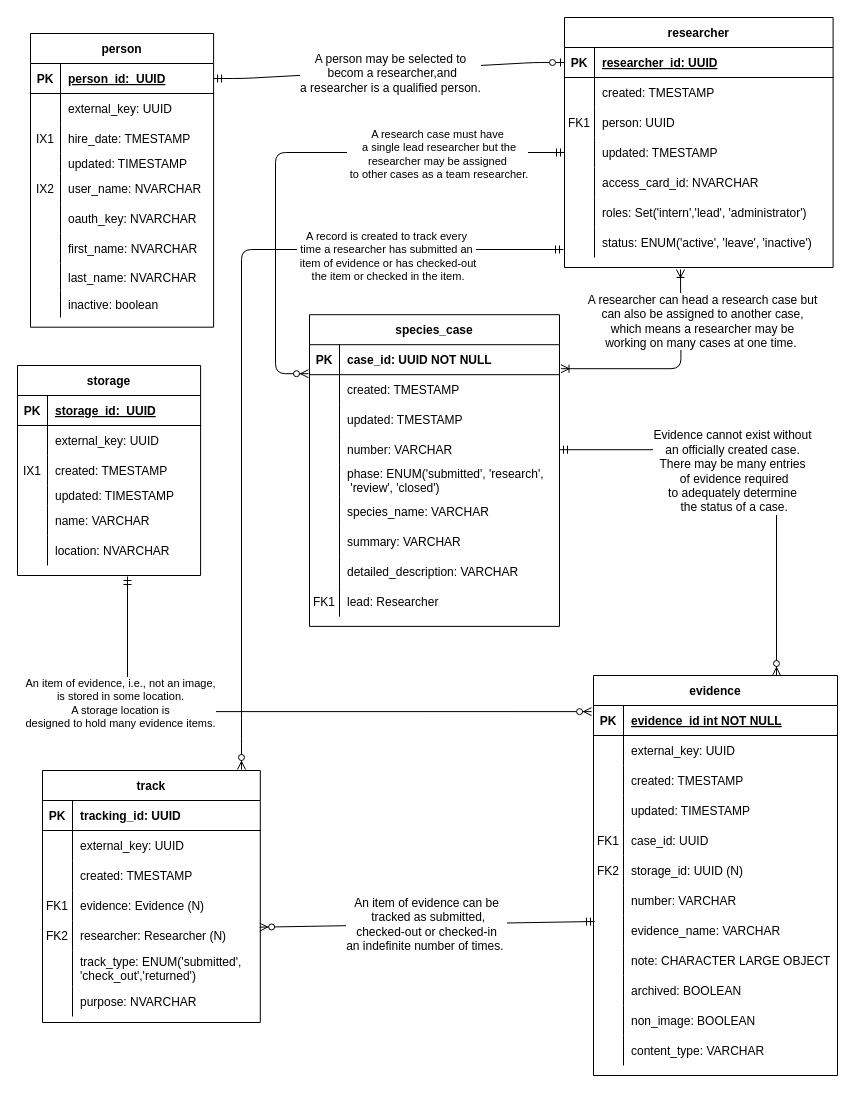
Above: docs/work/erd-service.drawio in endangered-species-management-system/endangered-species-management-system.github.io (draw.io), before the change. Source tidied: cells renumbered, new cells numbered last; positions are measured from the earlier drawing's top-left corner, leaving out a move shared by most shapes. Both pictures are drawn from the tidied source at 100%, with x=0, y=0 at pixel (17, 17).
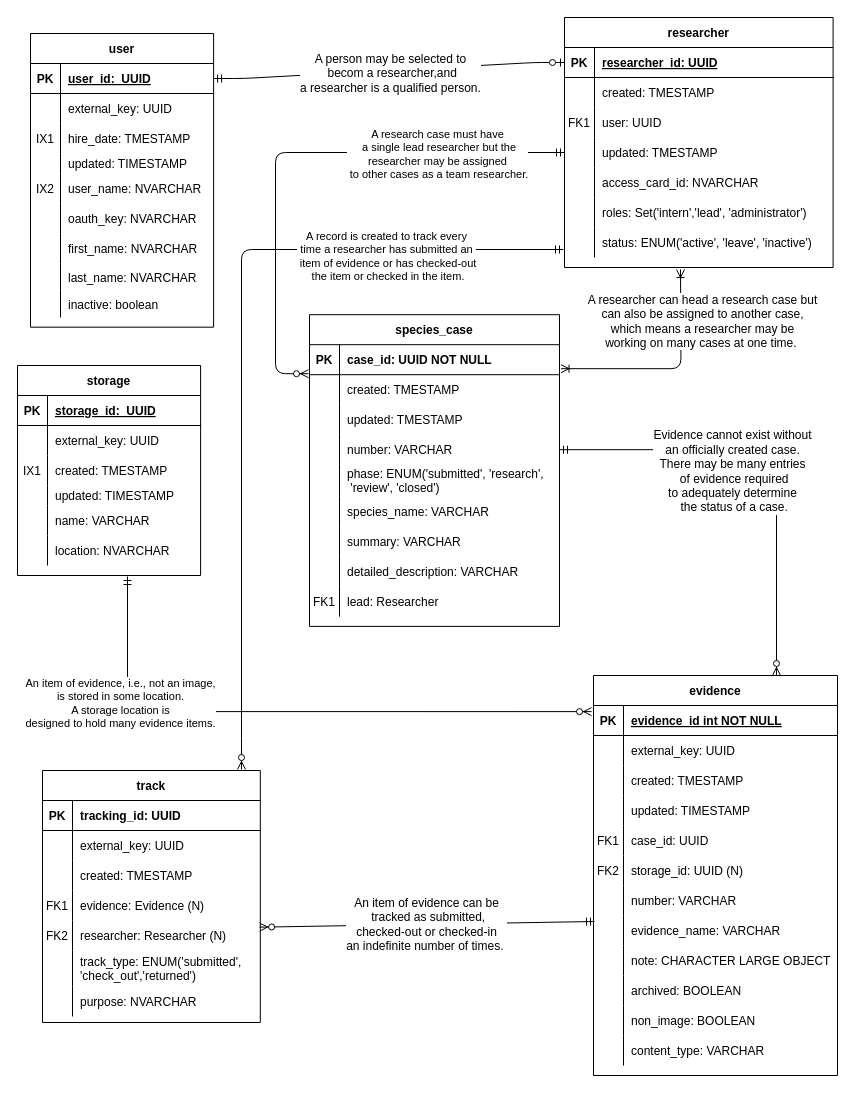
The same diagram, later.

The change refers to these unchanged cells:
```xml
<mxCell id="70" style="shape=partialRectangle;fillColor=none;points=[[0,0.5],[1,0.5]];portConstraint=eastwest;top=0;left=0;right=0;bottom=1;" parent="69" vertex="1">
  <mxGeometry y="30" width="183.1" height="30" as="geometry" />
</mxCell>
<mxCell id="151" style="shape=partialRectangle;fillColor=none;top=0;left=0;right=0;bottom=0;" parent="144" vertex="1">
  <mxGeometry y="90" width="268.6" height="30" as="geometry" />
</mxCell>
```

Diff of the diagram source:
```diff
@@
-    <mxCell id="69" value="person" style="shape=table;startSize=30;childLayout=tableLayout;rowLines=0;fontStyle=1;align=center;" parent="1" vertex="1">
+    <mxCell id="69" value="user" style="shape=table;startSize=30;childLayout=tableLayout;rowLines=0;fontStyle=1;align=center;" parent="1" vertex="1">
       <mxGeometry x="13" y="16" width="183.1" height="293.7" as="geometry" />
     </mxCell>
@@
-    <mxCell id="72" value="person_id:  UUID" style="shape=partialRectangle;overflow=hidden;fillColor=none;top=0;left=0;bottom=0;right=0;align=left;spacingLeft=6;fontStyle=5;" parent="70" vertex="1">
+    <mxCell id="72" value="user_id:  UUID" style="shape=partialRectangle;overflow=hidden;fillColor=none;top=0;left=0;bottom=0;right=0;align=left;spacingLeft=6;fontStyle=5;" parent="70" vertex="1">
       <mxGeometry x="30" width="153.1" height="30" as="geometry" />
     </mxCell>
@@
-    <mxCell id="153" value="person: UUID" style="shape=partialRectangle;overflow=hidden;fillColor=none;top=0;left=0;bottom=0;right=0;align=left;spacingLeft=6;" parent="151" vertex="1">
+    <mxCell id="153" value="user: UUID" style="shape=partialRectangle;overflow=hidden;fillColor=none;top=0;left=0;bottom=0;right=0;align=left;spacingLeft=6;" parent="151" vertex="1">
       <mxGeometry x="30" width="238.6" height="30" as="geometry" />
     </mxCell>
```
